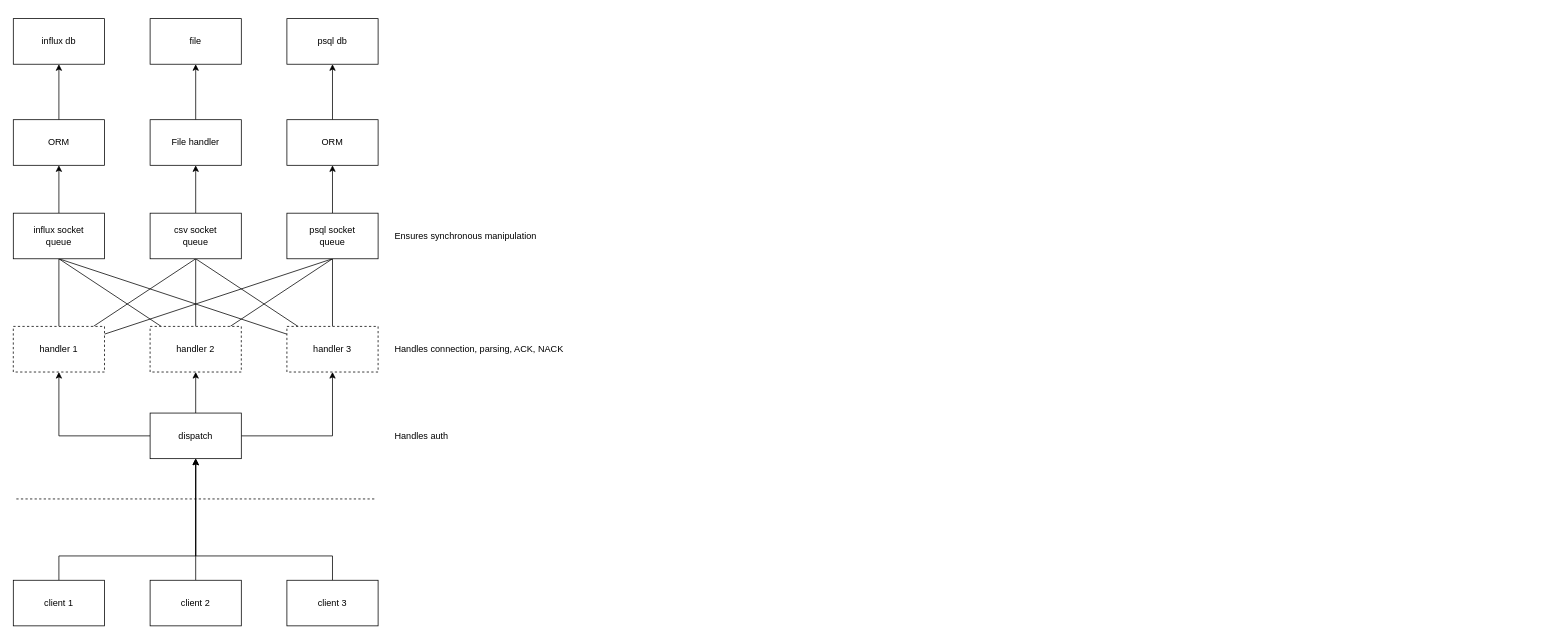
Before: docs/rlog.drawio in leon-h-a/rLog, a draw.io diagram. Source tidied: cells renumbered, new cells numbered last; positions are measured from the earlier drawing's top-left corner, leaving out a move shared by most shapes. Both pictures are drawn from the tidied source at 76%, with x=0, y=0 at pixel (13, 18).
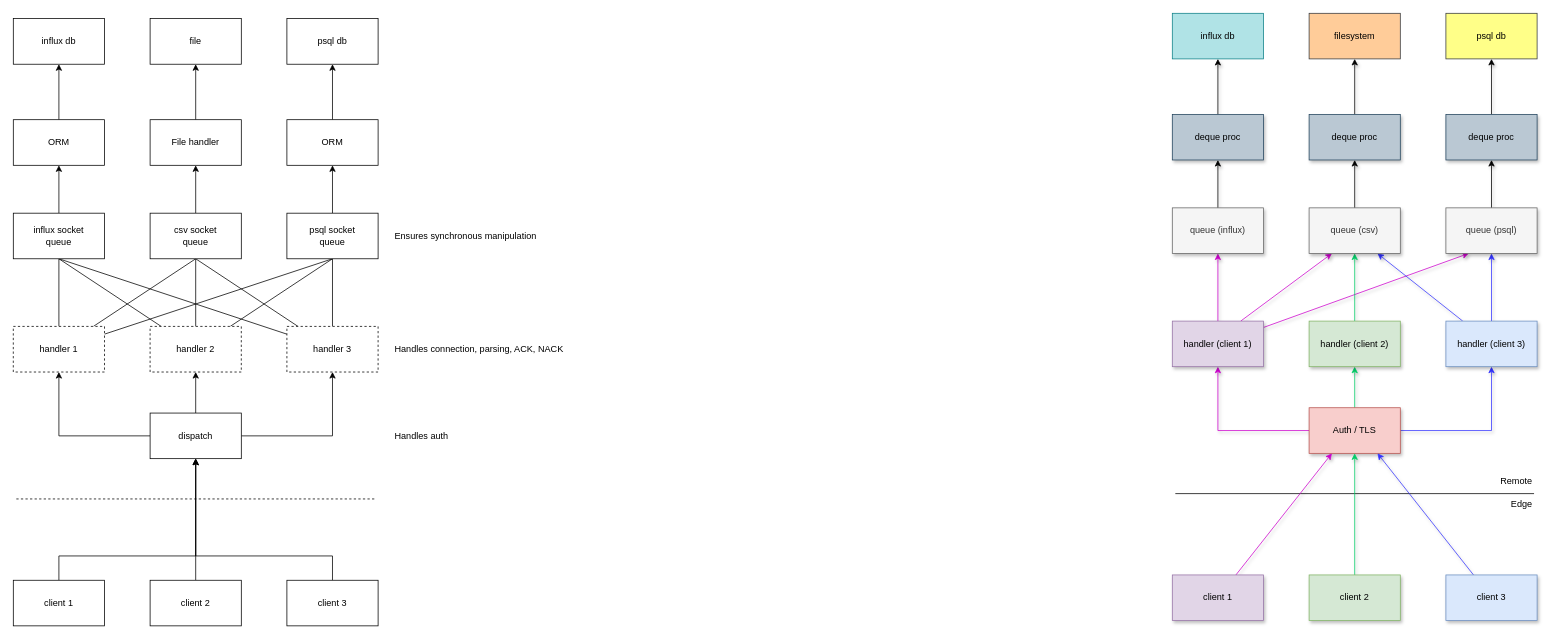
Above is the later version.

Commit message (it also covers changes not shown here):
feat(docs): add system .gif representation

Change to the diagram source:
```diff
@@
+    <mxCell id="43" style="edgeStyle=orthogonalEdgeStyle;rounded=0;jettySize=auto;html=1;entryX=0.5;entryY=1;entryDx=0;entryDy=0;strokeColor=#CC00CC;shadow=1;flowAnimation=1;" parent="1" edge="1" source="46" target="57">
+      <mxGeometry relative="1" as="geometry" />
+    </mxCell>
+    <mxCell id="44" style="edgeStyle=orthogonalEdgeStyle;rounded=0;jettySize=auto;html=1;entryX=0.5;entryY=1;entryDx=0;entryDy=0;strokeColor=#00CC66;shadow=1;flowAnimation=1;" parent="1" edge="1" source="46" target="59">
+      <mxGeometry relative="1" as="geometry" />
+    </mxCell>
+    <mxCell id="45" style="edgeStyle=orthogonalEdgeStyle;rounded=0;jettySize=auto;html=1;entryX=0.5;entryY=1;entryDx=0;entryDy=0;strokeColor=#3333FF;shadow=1;flowAnimation=1;" parent="1" edge="1" source="46" target="62">
+      <mxGeometry relative="1" as="geometry" />
+    </mxCell>
+    <mxCell id="46" value="Auth / TLS" style="rounded=0;whiteSpace=wrap;html=1;fillColor=#f8cecc;strokeColor=#b85450;shadow=1;" parent="1" vertex="1">
+      <mxGeometry x="1705" y="512" width="120" height="60" as="geometry" />
+    </mxCell>
+    <mxCell id="47" style="endArrow=none;html=1;rounded=0;" parent="1" edge="1">
+      <mxGeometry relative="1" as="geometry">
+        <mxPoint x="1529" y="625" as="sourcePoint" />
+        <mxPoint x="2001" y="625" as="targetPoint" />
+      </mxGeometry>
+    </mxCell>
+    <mxCell id="48" style="edgeStyle=orthogonalEdgeStyle;rounded=0;jettySize=auto;html=1;entryX=0.5;entryY=1;entryDx=0;entryDy=0;strokeColor=#00CC66;flowAnimation=1;shadow=1;" parent="1" edge="1" source="49" target="46">
+      <mxGeometry relative="1" as="geometry" />
+    </mxCell>
+    <mxCell id="49" value="client 2" style="rounded=0;whiteSpace=wrap;html=1;fillColor=#d5e8d4;strokeColor=#82b366;shadow=1;" parent="1" vertex="1">
+      <mxGeometry x="1705" y="732" width="120" height="60" as="geometry" />
+    </mxCell>
+    <mxCell id="50" style="rounded=0;jettySize=auto;html=1;entryX=0.25;entryY=1;entryDx=0;entryDy=0;flowAnimation=1;shadow=1;strokeColor=#CC00CC;" parent="1" edge="1" source="51" target="46">
+      <mxGeometry relative="1" as="geometry" />
+    </mxCell>
+    <mxCell id="51" value="client 1" style="rounded=0;whiteSpace=wrap;html=1;fillColor=#e1d5e7;strokeColor=#9673a6;shadow=1;" parent="1" vertex="1">
+      <mxGeometry x="1525" y="732" width="120" height="60" as="geometry" />
+    </mxCell>
+    <mxCell id="52" style="rounded=0;jettySize=auto;html=1;entryX=0.75;entryY=1;entryDx=0;entryDy=0;flowAnimation=1;shadow=1;strokeColor=#3333FF;" parent="1" edge="1" source="53" target="46">
+      <mxGeometry relative="1" as="geometry" />
+    </mxCell>
+    <mxCell id="53" value="client 3" style="rounded=0;whiteSpace=wrap;html=1;fillColor=#dae8fc;strokeColor=#6c8ebf;shadow=1;" parent="1" vertex="1">
+      <mxGeometry x="1885" y="732" width="120" height="60" as="geometry" />
+    </mxCell>
+    <mxCell id="54" style="rounded=0;jettySize=auto;html=1;entryX=0.25;entryY=1;entryDx=0;entryDy=0;endArrow=classic;endFill=1;strokeColor=#CC00CC;shadow=1;flowAnimation=1;" parent="1" edge="1" source="57" target="68">
+      <mxGeometry relative="1" as="geometry" />
+    </mxCell>
+    <mxCell id="55" style="edgeStyle=orthogonalEdgeStyle;rounded=0;jettySize=auto;html=1;entryX=0.5;entryY=1;entryDx=0;entryDy=0;endArrow=classic;endFill=1;strokeColor=#CC00CC;shadow=1;flowAnimation=1;" parent="1" edge="1" source="57" target="64">
+      <mxGeometry relative="1" as="geometry" />
+    </mxCell>
+    <mxCell id="56" style="rounded=0;jettySize=auto;html=1;entryX=0.25;entryY=1;entryDx=0;entryDy=0;endArrow=classic;endFill=1;exitX=0.75;exitY=0;exitDx=0;exitDy=0;strokeColor=#CC00CC;shadow=1;flowAnimation=1;" parent="1" edge="1" source="57" target="66">
+      <mxGeometry relative="1" as="geometry" />
+    </mxCell>
+    <mxCell id="57" value="handler (client 1)" style="rounded=0;whiteSpace=wrap;html=1;fillColor=#e1d5e7;strokeColor=#9673a6;shadow=1;" parent="1" vertex="1">
+      <mxGeometry x="1525" y="398" width="120" height="60" as="geometry" />
+    </mxCell>
+    <mxCell id="58" style="rounded=0;jettySize=auto;html=1;entryX=0.5;entryY=1;entryDx=0;entryDy=0;endArrow=classic;endFill=1;exitX=0.5;exitY=0;exitDx=0;exitDy=0;shadow=1;flowAnimation=1;strokeColor=#00CC66;" parent="1" edge="1" source="59" target="66">
+      <mxGeometry relative="1" as="geometry" />
+    </mxCell>
+    <mxCell id="59" value="handler (client 2)" style="rounded=0;whiteSpace=wrap;html=1;fillColor=#d5e8d4;strokeColor=#82b366;shadow=1;" parent="1" vertex="1">
+      <mxGeometry x="1705" y="398" width="120" height="60" as="geometry" />
+    </mxCell>
+    <mxCell id="60" style="edgeStyle=orthogonalEdgeStyle;rounded=0;jettySize=auto;html=1;entryX=0.5;entryY=1;entryDx=0;entryDy=0;endArrow=classic;endFill=1;strokeColor=#3333FF;shadow=1;flowAnimation=1;" parent="1" edge="1" source="62" target="68">
+      <mxGeometry relative="1" as="geometry" />
+    </mxCell>
+    <mxCell id="61" style="rounded=0;jettySize=auto;html=1;entryX=0.75;entryY=1;entryDx=0;entryDy=0;endArrow=classic;endFill=1;strokeColor=#3333FF;shadow=1;flowAnimation=1;" parent="1" edge="1" source="62" target="66">
+      <mxGeometry relative="1" as="geometry" />
+    </mxCell>
+    <mxCell id="62" value="handler (client 3)" style="rounded=0;whiteSpace=wrap;html=1;fillColor=#dae8fc;strokeColor=#6c8ebf;shadow=1;" parent="1" vertex="1">
+      <mxGeometry x="1885" y="398" width="120" height="60" as="geometry" />
+    </mxCell>
+    <mxCell id="63" style="edgeStyle=orthogonalEdgeStyle;rounded=0;jettySize=auto;html=1;entryX=0.5;entryY=1;entryDx=0;entryDy=0;flowAnimation=1;shadow=1;" parent="1" edge="1" source="64" target="70">
+      <mxGeometry relative="1" as="geometry" />
+    </mxCell>
+    <mxCell id="64" value="queue (influx)" style="rounded=0;whiteSpace=wrap;html=1;fillColor=#f5f5f5;fontColor=#333333;strokeColor=#666666;shadow=1;" parent="1" vertex="1">
+      <mxGeometry x="1525" y="249" width="120" height="60" as="geometry" />
+    </mxCell>
+    <mxCell id="65" style="edgeStyle=orthogonalEdgeStyle;rounded=0;jettySize=auto;html=1;entryX=0.5;entryY=1;entryDx=0;entryDy=0;flowAnimation=1;shadow=1;" parent="1" edge="1" source="66" target="72">
+      <mxGeometry relative="1" as="geometry" />
+    </mxCell>
+    <mxCell id="66" value="queue (csv)" style="rounded=0;whiteSpace=wrap;html=1;fillColor=#f5f5f5;fontColor=#333333;strokeColor=#666666;shadow=1;" parent="1" vertex="1">
+      <mxGeometry x="1705" y="249" width="120" height="60" as="geometry" />
+    </mxCell>
+    <mxCell id="67" style="edgeStyle=orthogonalEdgeStyle;rounded=0;jettySize=auto;html=1;entryX=0.5;entryY=1;entryDx=0;entryDy=0;flowAnimation=1;shadow=1;" parent="1" edge="1" source="68" target="74">
+      <mxGeometry relative="1" as="geometry" />
+    </mxCell>
+    <mxCell id="68" value="queue (psql)" style="rounded=0;whiteSpace=wrap;html=1;fillColor=#f5f5f5;fontColor=#333333;strokeColor=#666666;shadow=1;" parent="1" vertex="1">
+      <mxGeometry x="1885" y="249" width="120" height="60" as="geometry" />
+    </mxCell>
+    <mxCell id="69" style="edgeStyle=orthogonalEdgeStyle;rounded=0;jettySize=auto;html=1;entryX=0.5;entryY=1;entryDx=0;entryDy=0;flowAnimation=1;shadow=1;" parent="1" edge="1" source="70" target="75">
+      <mxGeometry relative="1" as="geometry" />
+    </mxCell>
+    <mxCell id="70" value="deque proc" style="rounded=0;whiteSpace=wrap;html=1;fillColor=#bac8d3;strokeColor=#23445d;shadow=1;" parent="1" vertex="1">
+      <mxGeometry x="1525" y="126" width="120" height="60" as="geometry" />
+    </mxCell>
+    <mxCell id="71" style="edgeStyle=orthogonalEdgeStyle;rounded=0;jettySize=auto;html=1;entryX=0.5;entryY=1;entryDx=0;entryDy=0;flowAnimation=1;shadow=1;" parent="1" edge="1" source="72" target="76">
+      <mxGeometry relative="1" as="geometry" />
+    </mxCell>
+    <mxCell id="72" value="deque proc" style="rounded=0;whiteSpace=wrap;html=1;fillColor=#bac8d3;strokeColor=#23445d;shadow=1;" parent="1" vertex="1">
+      <mxGeometry x="1705" y="126" width="120" height="60" as="geometry" />
+    </mxCell>
+    <mxCell id="73" style="edgeStyle=orthogonalEdgeStyle;rounded=0;jettySize=auto;html=1;entryX=0.5;entryY=1;entryDx=0;entryDy=0;flowAnimation=1;shadow=1;" parent="1" edge="1" source="74" target="77">
+      <mxGeometry relative="1" as="geometry" />
+    </mxCell>
+    <mxCell id="74" value="deque proc" style="rounded=0;whiteSpace=wrap;html=1;fillColor=#bac8d3;strokeColor=#23445d;shadow=1;" parent="1" vertex="1">
+      <mxGeometry x="1885" y="126" width="120" height="60" as="geometry" />
+    </mxCell>
+    <mxCell id="75" value="influx db" style="rounded=0;whiteSpace=wrap;html=1;fillColor=#b0e3e6;strokeColor=#0e8088;" parent="1" vertex="1">
+      <mxGeometry x="1525" y="-7" width="120" height="60" as="geometry" />
+    </mxCell>
+    <mxCell id="76" value="filesystem" style="rounded=0;whiteSpace=wrap;html=1;fillColor=#ffcc99;strokeColor=#36393d;" parent="1" vertex="1">
+      <mxGeometry x="1705" y="-7" width="120" height="60" as="geometry" />
+    </mxCell>
+    <mxCell id="77" value="psql db" style="rounded=0;whiteSpace=wrap;html=1;fillColor=#ffff88;strokeColor=#36393d;" parent="1" vertex="1">
+      <mxGeometry x="1885" y="-7" width="120" height="60" as="geometry" />
+    </mxCell>
+    <mxCell id="78" value="Remote" style="text;html=1;align=right;verticalAlign=middle;whiteSpace=wrap;rounded=0;" parent="1" vertex="1">
+      <mxGeometry x="1941" y="594" width="60" height="30" as="geometry" />
+    </mxCell>
+    <mxCell id="79" value="Edge" style="text;html=1;align=right;verticalAlign=middle;whiteSpace=wrap;rounded=0;" parent="1" vertex="1">
+      <mxGeometry x="1941" y="624" width="60" height="30" as="geometry" />
+    </mxCell>
```
